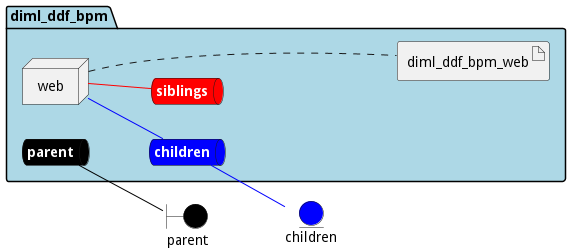
Earlier version of the PlantUML export docs/edgemere/diml/ddf/bpm/envs/test/deployment.png (madajaju/edgemere).
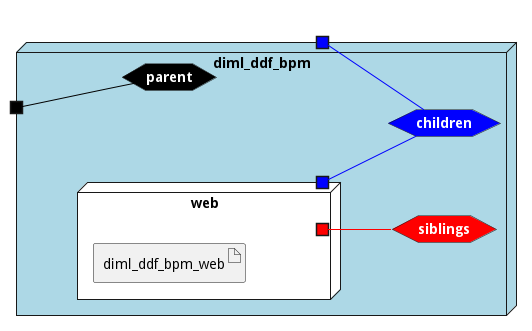
Later version of the same file.

The edit, as a diff of the source:
```diff
@@ -3,43 +3,45 @@
 left to right direction
 
 
-boundary parent #black
-
-
-entity children #blue
 
 
 
 
-package "diml_ddf_bpm" #lightblue {
-    queue parentnet #black [
+
+node "diml_ddf_bpm" #lightblue {
+
+
+    hexagon parentnet #black [
             <b><color:white>parent</color></b>
     ]
 
-    parentnet -[#black]- parent
+    portin " " as parentnetPortIn #black
+    parentnetPortIn -[#black]- parentnet
 
-    queue childrennet #blue [
+    hexagon childrennet #blue [
             <b><color:white>children</color></b>
     ]
 
-    childrennet -[#blue]- children
+    portout " " as childrennetPortOut #blue
+    childrennet -[#blue]- childrennetPortOut
 
-    queue siblingsnet #red [
+    hexagon siblingsnet #red [
             <b><color:white>siblings</color></b>
     ]
 
 
-node "web" as webService
+node "web" as webService #white {
+    portOut " " as webServicechildrennet #blue
+   webServicechildrennet -[#blue]- childrennet
+       portOut " " as webServicesiblingsnet #red
+   webServicesiblingsnet -[#red]- siblingsnet
 
 
-        artifact "diml_ddf_bpm_web" as diml_ddf_bpm_webimage
+    artifact "diml_ddf_bpm_web" as diml_ddf_bpm_webimage
 
 }
 
-webService -[#blue]- childrennet
-
-webService -[#red]- siblingsnet
-webService .... diml_ddf_bpm_webimage
+}
 
 
 @enduml
```
